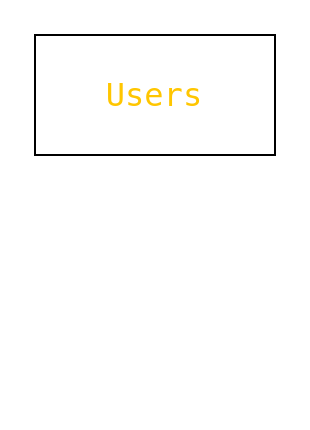
The draw.io diagram drafts/Untitled Diagram.drawio in noelimmi/drawio-playground, before the edit. Source tidied: cells renumbered, new cells numbered last; positions are measured from the earlier drawing's top-left corner, leaving out a move shared by most shapes. Both pictures are drawn from the tidied source at 200%, with x=0, y=0 at pixel (34, 34).
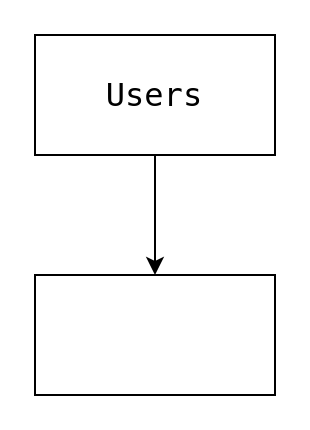
The same diagram, later.

Diff of the diagram source:
```diff
@@
 <mxGraphModel>
   <root>
     <mxCell id="0" />
     <mxCell id="1" parent="0" />
+    <mxCell id="3" style="edgeStyle=orthogonalEdgeStyle;rounded=0;jettySize=auto;html=1;fontColor=#000000;" parent="1" edge="1" source="2" target="4">
+      <mxGeometry relative="1" as="geometry" />
+    </mxCell>
-    <mxCell id="2" value="&lt;p style=&quot;margin: 0px; font-variant-numeric: normal; font-variant-east-asian: normal; font-stretch: normal; font-size: 16px; line-height: normal; font-family: Menlo; color: rgb(255, 198, 0); text-align: start;&quot; class=&quot;p1&quot;&gt;Users&lt;/p&gt;" style="rounded=0;whiteSpace=wrap;html=1;" parent="1" vertex="1">
+    <mxCell id="2" value="&lt;p style=&quot;margin: 0px; font-variant-numeric: normal; font-variant-east-asian: normal; font-stretch: normal; font-size: 16px; line-height: normal; font-family: Menlo; text-align: start;&quot; class=&quot;p1&quot;&gt;Users&lt;/p&gt;" style="rounded=0;whiteSpace=wrap;html=1;" parent="1" vertex="1">
       <mxGeometry width="120" height="60" as="geometry" />
     </mxCell>
+    <mxCell id="4" style="rounded=0;whiteSpace=wrap;html=1;labelBackgroundColor=#1A1A1A;fontColor=#000000;" parent="1" vertex="1">
+      <mxGeometry y="120" width="120" height="60" as="geometry" />
+    </mxCell>
   </root>
 </mxGraphModel>
```
